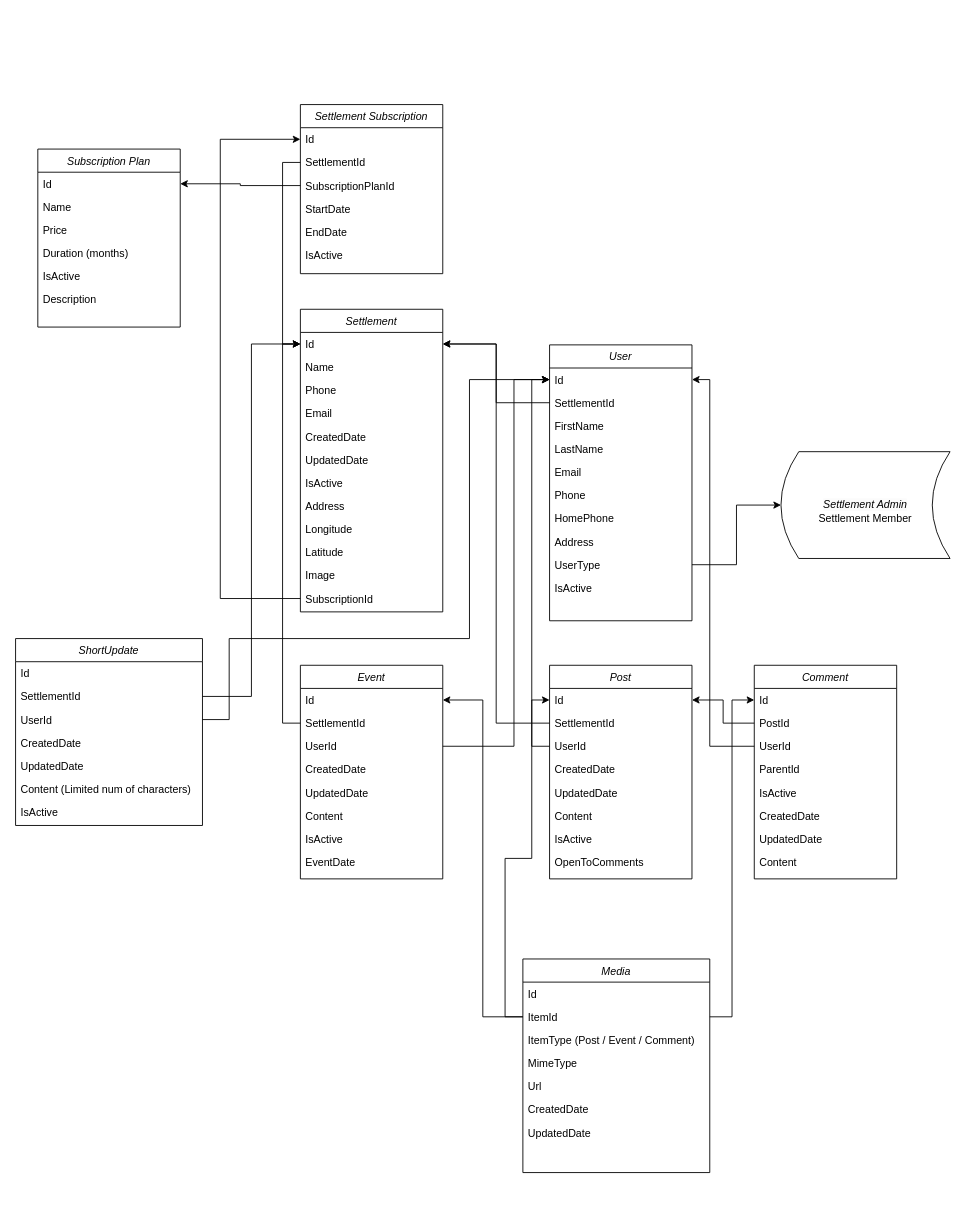
Earlier version of the draw.io diagram Untitled Diagram.drawio (aviran3369/DesignPatterns). Source tidied: cells renumbered, new cells numbered last; positions are measured from the earlier drawing's top-left corner, leaving out a move shared by most shapes. Both pictures are drawn from the tidied source at 89%, with x=0, y=0 at pixel (15, 104).
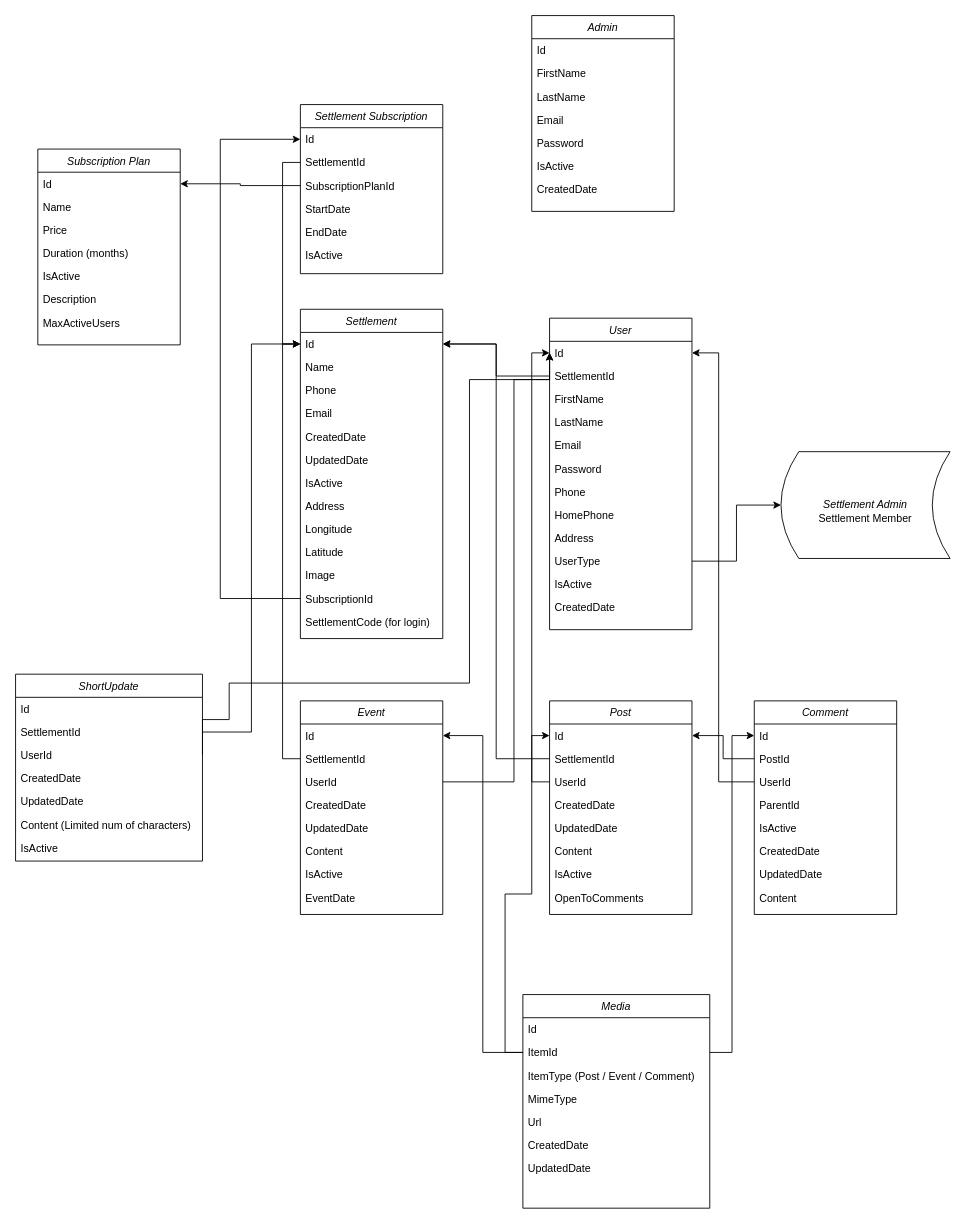
Above is the later version.

The change refers to these unchanged cells:
```xml
<mxCell id="16" value="Id" style="text;align=left;verticalAlign=top;spacingLeft=4;spacingRight=4;overflow=hidden;points=[[0,0.5],[1,0.5]];portConstraint=eastwest;" parent="15" vertex="1">
  <mxGeometry y="26" width="160" height="26" as="geometry" />
</mxCell>
<mxCell id="30" value="Id" style="text;align=left;verticalAlign=top;spacingLeft=4;spacingRight=4;overflow=hidden;points=[[0,0.5],[1,0.5]];portConstraint=eastwest;" parent="29" vertex="1">
  <mxGeometry y="26" width="160" height="26" as="geometry" />
</mxCell>
<mxCell id="43" value="UserId" style="text;align=left;verticalAlign=top;spacingLeft=4;spacingRight=4;overflow=hidden;points=[[0,0.5],[1,0.5]];portConstraint=eastwest;" parent="40" vertex="1">
  <mxGeometry y="78" width="160" height="26" as="geometry" />
</mxCell>
<mxCell id="54" value="UserId" style="text;align=left;verticalAlign=top;spacingLeft=4;spacingRight=4;overflow=hidden;points=[[0,0.5],[1,0.5]];portConstraint=eastwest;" parent="51" vertex="1">
  <mxGeometry y="78" width="160" height="26" as="geometry" />
</mxCell>
<mxCell id="64" value="ItemId" style="text;align=left;verticalAlign=top;spacingLeft=4;spacingRight=4;overflow=hidden;points=[[0,0.5],[1,0.5]];portConstraint=eastwest;" parent="62" vertex="1">
  <mxGeometry y="52" width="210" height="26" as="geometry" />
</mxCell>
<mxCell id="76" value="UserId" style="text;align=left;verticalAlign=top;spacingLeft=4;spacingRight=4;overflow=hidden;points=[[0,0.5],[1,0.5]];portConstraint=eastwest;" parent="73" vertex="1">
  <mxGeometry y="78" width="210" height="26" as="geometry" />
</mxCell>
```

What changed in the source:
```diff
@@
     <mxCell id="2" value="Settlement" style="swimlane;fontStyle=2;align=center;verticalAlign=top;horizontal=1;startSize=26;rounded=0;shadow=0;strokeWidth=1;" parent="1" vertex="1">
-      <mxGeometry x="320" y="230" width="160" height="340" as="geometry" />
+      <mxGeometry x="320" y="230" width="160" height="370" as="geometry" />
     </mxCell>
@@
+    <mxCell id="100" value="SettlementCode (for login)" style="text;align=left;verticalAlign=top;spacingLeft=4;spacingRight=4;overflow=hidden;rounded=0;shadow=0;html=0;" parent="2" vertex="1">
+      <mxGeometry y="338" width="160" height="26" as="geometry" />
+    </mxCell>
     <mxCell id="15" value="User" style="swimlane;fontStyle=2;align=center;verticalAlign=top;horizontal=1;startSize=26;rounded=0;shadow=0;strokeWidth=1;" parent="1" vertex="1">
-      <mxGeometry x="600" y="270" width="160" height="310" as="geometry" />
+      <mxGeometry x="600" y="240" width="160" height="350" as="geometry" />
     </mxCell>
@@
+    <mxCell id="101" value="Password" style="text;align=left;verticalAlign=top;spacingLeft=4;spacingRight=4;overflow=hidden;" parent="15" vertex="1">
+      <mxGeometry y="156" width="160" height="26" as="geometry" />
+    </mxCell>
     <mxCell id="21" value="Phone" style="text;align=left;verticalAlign=top;spacingLeft=4;spacingRight=4;overflow=hidden;" parent="15" vertex="1">
-      <mxGeometry y="156" width="160" height="26" as="geometry" />
+      <mxGeometry y="182" width="160" height="26" as="geometry" />
     </mxCell>
     <mxCell id="22" value="HomePhone" style="text;align=left;verticalAlign=top;spacingLeft=4;spacingRight=4;overflow=hidden;" parent="15" vertex="1">
-      <mxGeometry y="182" width="160" height="26" as="geometry" />
+      <mxGeometry y="208" width="160" height="26" as="geometry" />
     </mxCell>
     <mxCell id="23" value="Address" style="text;align=left;verticalAlign=top;spacingLeft=4;spacingRight=4;overflow=hidden;" parent="15" vertex="1">
-      <mxGeometry y="208" width="160" height="26" as="geometry" />
+      <mxGeometry y="234" width="160" height="26" as="geometry" />
     </mxCell>
     <mxCell id="24" value="UserType" style="text;align=left;verticalAlign=top;spacingLeft=4;spacingRight=4;overflow=hidden;points=[[0,0.5],[1,0.5]];portConstraint=eastwest;" parent="15" vertex="1">
-      <mxGeometry y="234" width="160" height="26" as="geometry" />
+      <mxGeometry y="260" width="160" height="26" as="geometry" />
     </mxCell>
     <mxCell id="25" value="IsActive" style="text;align=left;verticalAlign=top;spacingLeft=4;spacingRight=4;overflow=hidden;" parent="15" vertex="1">
-      <mxGeometry y="260" width="160" height="26" as="geometry" />
+      <mxGeometry y="286" width="160" height="26" as="geometry" />
     </mxCell>
+    <mxCell id="102" value="CreatedDate" style="text;align=left;verticalAlign=top;spacingLeft=4;spacingRight=4;overflow=hidden;" parent="15" vertex="1">
+      <mxGeometry y="312" width="160" height="26" as="geometry" />
+    </mxCell>
@@
     <mxCell id="29" value="Post" style="swimlane;fontStyle=2;align=center;verticalAlign=top;horizontal=1;startSize=26;rounded=0;shadow=0;strokeWidth=1;" parent="1" vertex="1">
-      <mxGeometry x="600" y="630" width="160" height="240" as="geometry" />
+      <mxGeometry x="600" y="670" width="160" height="240" as="geometry" />
     </mxCell>
@@
     <mxCell id="40" value="Event" style="swimlane;fontStyle=2;align=center;verticalAlign=top;horizontal=1;startSize=26;rounded=0;shadow=0;strokeWidth=1;" parent="1" vertex="1">
-      <mxGeometry x="320" y="630" width="160" height="240" as="geometry" />
+      <mxGeometry x="320" y="670" width="160" height="240" as="geometry" />
     </mxCell>
@@
-    <mxCell id="50" style="edgeStyle=orthogonalEdgeStyle;rounded=0;jettySize=auto;html=1;entryX=0;entryY=0.5;entryDx=0;entryDy=0;" parent="1" edge="1" source="43" target="16">
+    <mxCell id="50" style="edgeStyle=orthogonalEdgeStyle;rounded=0;jettySize=auto;html=1;entryX=0;entryY=0.5;entryDx=0;entryDy=0;exitX=1;exitY=0.5;exitDx=0;exitDy=0;" parent="1" edge="1" source="43" target="16">
       <mxGeometry relative="1" as="geometry">
         <Array as="points">
-          <mxPoint x="560" y="721" />
+          <mxPoint x="560" y="761" />
           <mxPoint x="560" y="309" />
+          <mxPoint x="600" y="309" />
         </Array>
       </mxGeometry>
     </mxCell>
     <mxCell id="51" value="Comment" style="swimlane;fontStyle=2;align=center;verticalAlign=top;horizontal=1;startSize=26;rounded=0;shadow=0;strokeWidth=1;" parent="1" vertex="1">
-      <mxGeometry x="830" y="630" width="160" height="240" as="geometry" />
+      <mxGeometry x="830" y="670" width="160" height="240" as="geometry" />
     </mxCell>
@@
-    <mxCell id="61" style="edgeStyle=orthogonalEdgeStyle;rounded=0;jettySize=auto;html=1;entryX=1;entryY=0.5;entryDx=0;entryDy=0;" parent="1" edge="1" source="54" target="16">
+    <mxCell id="61" style="edgeStyle=orthogonalEdgeStyle;rounded=0;jettySize=auto;html=1;entryX=1;entryY=0.5;entryDx=0;entryDy=0;exitX=0;exitY=0.5;exitDx=0;exitDy=0;" parent="1" edge="1" source="54" target="16">
       <mxGeometry relative="1" as="geometry">
         <Array as="points">
-          <mxPoint x="780" y="721" />
-          <mxPoint x="780" y="309" />
+          <mxPoint x="790" y="761" />
+          <mxPoint x="790" y="279" />
         </Array>
       </mxGeometry>
     </mxCell>
     <mxCell id="62" value="Media" style="swimlane;fontStyle=2;align=center;verticalAlign=top;horizontal=1;startSize=26;rounded=0;shadow=0;strokeWidth=1;" parent="1" vertex="1">
-      <mxGeometry x="570" y="960" width="210" height="240" as="geometry" />
+      <mxGeometry x="570" y="1000" width="210" height="240" as="geometry" />
     </mxCell>
@@
     <mxCell id="71" style="edgeStyle=orthogonalEdgeStyle;rounded=0;jettySize=auto;html=1;entryX=0;entryY=0.5;entryDx=0;entryDy=0;" parent="1" edge="1" source="64" target="30">
       <mxGeometry relative="1" as="geometry">
         <Array as="points">
-          <mxPoint x="550" y="1025" />
-          <mxPoint x="550" y="847" />
-          <mxPoint x="580" y="847" />
-          <mxPoint x="580" y="669" />
+          <mxPoint x="550" y="1065" />
+          <mxPoint x="550" y="887" />
+          <mxPoint x="580" y="887" />
+          <mxPoint x="580" y="709" />
         </Array>
       </mxGeometry>
     </mxCell>
@@
     <mxCell id="73" value="ShortUpdate" style="swimlane;fontStyle=2;align=center;verticalAlign=top;horizontal=1;startSize=26;rounded=0;shadow=0;strokeWidth=1;" parent="1" vertex="1">
-      <mxGeometry y="600" width="210" height="210" as="geometry" />
+      <mxGeometry y="640" width="210" height="210" as="geometry" />
     </mxCell>
@@
     <mxCell id="82" value="Subscription Plan" style="swimlane;fontStyle=2;align=center;verticalAlign=top;horizontal=1;startSize=26;rounded=0;shadow=0;strokeWidth=1;" parent="1" vertex="1">
-      <mxGeometry x="25" y="50" width="160" height="200" as="geometry" />
+      <mxGeometry x="25" y="50" width="160" height="220" as="geometry" />
     </mxCell>
@@
+    <mxCell id="103" value="MaxActiveUsers" style="text;align=left;verticalAlign=top;spacingLeft=4;spacingRight=4;overflow=hidden;rounded=0;shadow=0;html=0;" parent="82" vertex="1">
+      <mxGeometry y="182" width="160" height="26" as="geometry" />
+    </mxCell>
@@
     <mxCell id="99" style="edgeStyle=orthogonalEdgeStyle;rounded=0;jettySize=auto;html=1;entryX=0;entryY=0.5;entryDx=0;entryDy=0;exitX=1;exitY=0.5;exitDx=0;exitDy=0;" parent="1" edge="1" source="76" target="16">
       <mxGeometry relative="1" as="geometry">
         <Array as="points">
+          <mxPoint x="210" y="691" />
           <mxPoint x="240" y="691" />
-          <mxPoint x="240" y="600" />
-          <mxPoint x="510" y="600" />
+          <mxPoint x="240" y="650" />
+          <mxPoint x="510" y="650" />
           <mxPoint x="510" y="309" />
+          <mxPoint x="600" y="309" />
         </Array>
       </mxGeometry>
     </mxCell>
+    <mxCell id="104" value="Admin" style="swimlane;fontStyle=2;align=center;verticalAlign=top;horizontal=1;startSize=26;rounded=0;shadow=0;strokeWidth=1;" parent="1" vertex="1">
+      <mxGeometry x="580" y="-100" width="160" height="220" as="geometry" />
+    </mxCell>
+    <mxCell id="105" value="Id" style="text;align=left;verticalAlign=top;spacingLeft=4;spacingRight=4;overflow=hidden;" parent="104" vertex="1">
+      <mxGeometry y="26" width="160" height="26" as="geometry" />
+    </mxCell>
+    <mxCell id="106" value="FirstName" style="text;align=left;verticalAlign=top;spacingLeft=4;spacingRight=4;overflow=hidden;" parent="104" vertex="1">
+      <mxGeometry y="52" width="160" height="26" as="geometry" />
+    </mxCell>
+    <mxCell id="107" value="LastName" style="text;align=left;verticalAlign=top;spacingLeft=4;spacingRight=4;overflow=hidden;" parent="104" vertex="1">
+      <mxGeometry y="78" width="160" height="26" as="geometry" />
+    </mxCell>
+    <mxCell id="108" value="Email" style="text;align=left;verticalAlign=top;spacingLeft=4;spacingRight=4;overflow=hidden;" parent="104" vertex="1">
+      <mxGeometry y="104" width="160" height="26" as="geometry" />
+    </mxCell>
+    <mxCell id="109" value="Password" style="text;align=left;verticalAlign=top;spacingLeft=4;spacingRight=4;overflow=hidden;" parent="104" vertex="1">
+      <mxGeometry y="130" width="160" height="26" as="geometry" />
+    </mxCell>
+    <mxCell id="110" value="IsActive" style="text;align=left;verticalAlign=top;spacingLeft=4;spacingRight=4;overflow=hidden;" parent="104" vertex="1">
+      <mxGeometry y="156" width="160" height="26" as="geometry" />
+    </mxCell>
+    <mxCell id="111" value="CreatedDate" style="text;align=left;verticalAlign=top;spacingLeft=4;spacingRight=4;overflow=hidden;" parent="104" vertex="1">
+      <mxGeometry y="182" width="160" height="26" as="geometry" />
+    </mxCell>
```
